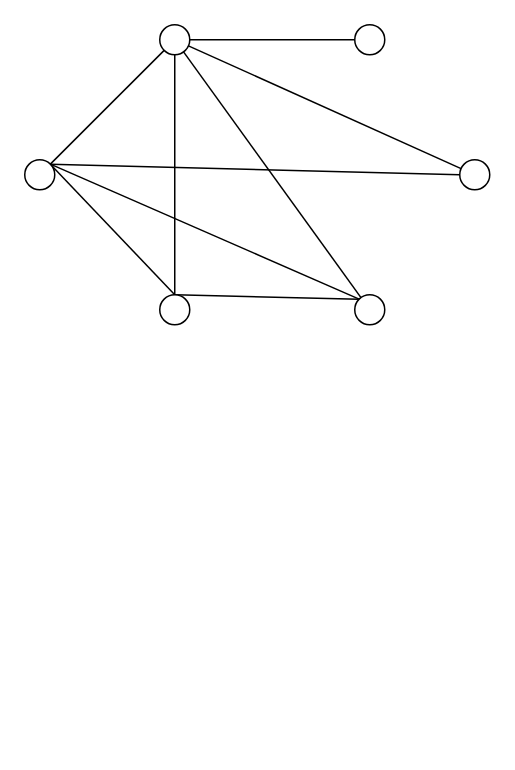
Before: img/图论作业1.drawio in Coder-Colder/MyPics, a draw.io diagram. Source tidied: cells renumbered, new cells numbered last; positions are measured from the earlier drawing's top-left corner, leaving out a move shared by most shapes. Both pictures are drawn from the tidied source at 150%, with x=0, y=0 at pixel (24, 24).
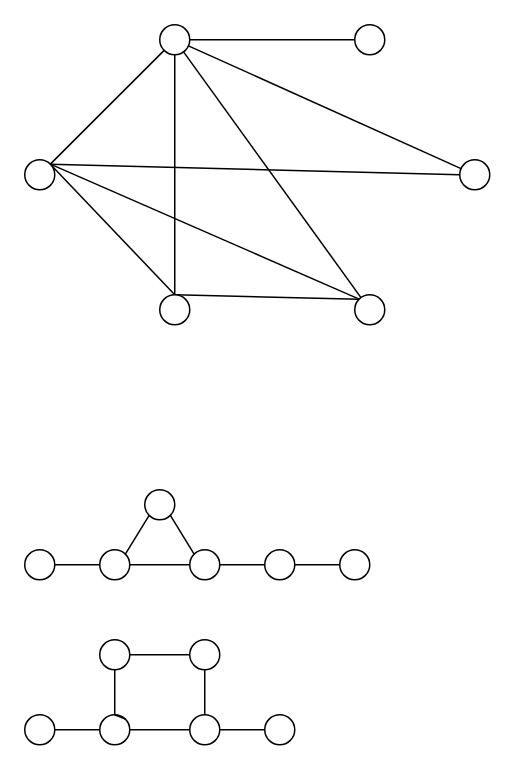
The same diagram, later.

Commit message:
更新图论作业1.drawio

The edit, as a diff of the source:
```diff
@@
+    <mxCell id="17" style="rounded=0;jettySize=auto;html=1;exitX=1;exitY=1;exitDx=0;exitDy=0;entryX=0;entryY=0;entryDx=0;entryDy=0;endArrow=none;endFill=0;" parent="1" edge="1" source="19" target="21">
+      <mxGeometry relative="1" as="geometry" />
+    </mxCell>
+    <mxCell id="18" style="edgeStyle=none;rounded=0;jettySize=auto;html=1;exitX=0;exitY=1;exitDx=0;exitDy=0;entryX=1;entryY=0;entryDx=0;entryDy=0;endArrow=none;endFill=0;" parent="1" edge="1" source="19" target="24">
+      <mxGeometry relative="1" as="geometry" />
+    </mxCell>
+    <mxCell id="19" style="ellipse;whiteSpace=wrap;html=1;" parent="1" vertex="1">
+      <mxGeometry x="80" y="310" width="20" height="20" as="geometry" />
+    </mxCell>
+    <mxCell id="20" style="edgeStyle=none;rounded=0;jettySize=auto;html=1;exitX=1;exitY=0.5;exitDx=0;exitDy=0;entryX=0;entryY=0.5;entryDx=0;entryDy=0;endArrow=none;endFill=0;" parent="1" edge="1" source="21" target="26">
+      <mxGeometry relative="1" as="geometry" />
+    </mxCell>
+    <mxCell id="21" style="ellipse;whiteSpace=wrap;html=1;" parent="1" vertex="1">
+      <mxGeometry x="110" y="350" width="20" height="20" as="geometry" />
+    </mxCell>
+    <mxCell id="22" style="edgeStyle=none;rounded=0;jettySize=auto;html=1;exitX=1;exitY=0.5;exitDx=0;exitDy=0;endArrow=none;endFill=0;" parent="1" edge="1" source="24" target="21">
+      <mxGeometry relative="1" as="geometry" />
+    </mxCell>
+    <mxCell id="23" style="edgeStyle=none;rounded=0;jettySize=auto;html=1;exitX=0;exitY=0.5;exitDx=0;exitDy=0;endArrow=none;endFill=0;" parent="1" edge="1" source="24" target="27">
+      <mxGeometry relative="1" as="geometry" />
+    </mxCell>
+    <mxCell id="24" style="ellipse;whiteSpace=wrap;html=1;" parent="1" vertex="1">
+      <mxGeometry x="50" y="350" width="20" height="20" as="geometry" />
+    </mxCell>
+    <mxCell id="25" style="edgeStyle=none;rounded=0;jettySize=auto;html=1;exitX=1;exitY=0.5;exitDx=0;exitDy=0;endArrow=none;endFill=0;" parent="1" edge="1" source="26" target="28">
+      <mxGeometry relative="1" as="geometry" />
+    </mxCell>
+    <mxCell id="26" style="ellipse;whiteSpace=wrap;html=1;" parent="1" vertex="1">
+      <mxGeometry x="160" y="350" width="20" height="20" as="geometry" />
+    </mxCell>
+    <mxCell id="27" style="ellipse;whiteSpace=wrap;html=1;" parent="1" vertex="1">
+      <mxGeometry y="350" width="20" height="20" as="geometry" />
+    </mxCell>
+    <mxCell id="28" style="ellipse;whiteSpace=wrap;html=1;" parent="1" vertex="1">
+      <mxGeometry x="210" y="350" width="20" height="20" as="geometry" />
+    </mxCell>
+    <mxCell id="29" style="edgeStyle=none;rounded=0;jettySize=auto;html=1;exitX=0.5;exitY=1;exitDx=0;exitDy=0;entryX=0.5;entryY=0;entryDx=0;entryDy=0;endArrow=none;endFill=0;" parent="1" edge="1" source="31" target="36">
+      <mxGeometry relative="1" as="geometry" />
+    </mxCell>
+    <mxCell id="30" style="edgeStyle=none;rounded=0;jettySize=auto;html=1;exitX=1;exitY=0.5;exitDx=0;exitDy=0;entryX=0;entryY=0.5;entryDx=0;entryDy=0;endArrow=none;endFill=0;" parent="1" edge="1" source="31" target="33">
+      <mxGeometry relative="1" as="geometry" />
+    </mxCell>
+    <mxCell id="31" style="ellipse;whiteSpace=wrap;html=1;" parent="1" vertex="1">
+      <mxGeometry x="50" y="410" width="20" height="20" as="geometry" />
+    </mxCell>
+    <mxCell id="32" style="edgeStyle=none;rounded=0;jettySize=auto;html=1;exitX=0.5;exitY=1;exitDx=0;exitDy=0;entryX=0.5;entryY=0;entryDx=0;entryDy=0;endArrow=none;endFill=0;" parent="1" edge="1" source="33" target="38">
+      <mxGeometry relative="1" as="geometry" />
+    </mxCell>
+    <mxCell id="33" style="ellipse;whiteSpace=wrap;html=1;" parent="1" vertex="1">
+      <mxGeometry x="110" y="410" width="20" height="20" as="geometry" />
+    </mxCell>
+    <mxCell id="34" style="edgeStyle=none;rounded=0;jettySize=auto;html=1;exitX=0;exitY=0.5;exitDx=0;exitDy=0;endArrow=none;endFill=0;" parent="1" edge="1" source="36" target="39">
+      <mxGeometry relative="1" as="geometry" />
+    </mxCell>
+    <mxCell id="35" style="edgeStyle=none;rounded=0;jettySize=auto;html=1;exitX=1;exitY=0.5;exitDx=0;exitDy=0;entryX=0;entryY=0.5;entryDx=0;entryDy=0;endArrow=none;endFill=0;" parent="1" edge="1" source="36" target="38">
+      <mxGeometry relative="1" as="geometry" />
+    </mxCell>
+    <mxCell id="36" style="ellipse;whiteSpace=wrap;html=1;" parent="1" vertex="1">
+      <mxGeometry x="50" y="460" width="20" height="20" as="geometry" />
+    </mxCell>
+    <mxCell id="37" style="edgeStyle=none;rounded=0;jettySize=auto;html=1;exitX=1;exitY=0.5;exitDx=0;exitDy=0;endArrow=none;endFill=0;" parent="1" edge="1" source="38" target="40">
+      <mxGeometry relative="1" as="geometry" />
+    </mxCell>
+    <mxCell id="38" style="ellipse;whiteSpace=wrap;html=1;" parent="1" vertex="1">
+      <mxGeometry x="110" y="460" width="20" height="20" as="geometry" />
+    </mxCell>
+    <mxCell id="39" style="ellipse;whiteSpace=wrap;html=1;" parent="1" vertex="1">
+      <mxGeometry y="460" width="20" height="20" as="geometry" />
+    </mxCell>
+    <mxCell id="40" style="ellipse;whiteSpace=wrap;html=1;" parent="1" vertex="1">
+      <mxGeometry x="160" y="460" width="20" height="20" as="geometry" />
+    </mxCell>
+    <mxCell id="41" style="edgeStyle=none;rounded=0;orthogonalLoop=1;jettySize=auto;html=1;entryX=0.5;entryY=1;entryDx=0;entryDy=0;endArrow=none;endFill=0;" parent="1" edge="1" source="31" target="31">
+      <mxGeometry relative="1" as="geometry" />
+    </mxCell>
+    <mxCell id="42" style="edgeStyle=none;rounded=0;orthogonalLoop=1;jettySize=auto;html=1;exitX=1;exitY=0;exitDx=0;exitDy=0;entryX=0.5;entryY=0;entryDx=0;entryDy=0;endArrow=none;endFill=0;" parent="1" edge="1" source="36" target="36">
+      <mxGeometry relative="1" as="geometry" />
+    </mxCell>
```
